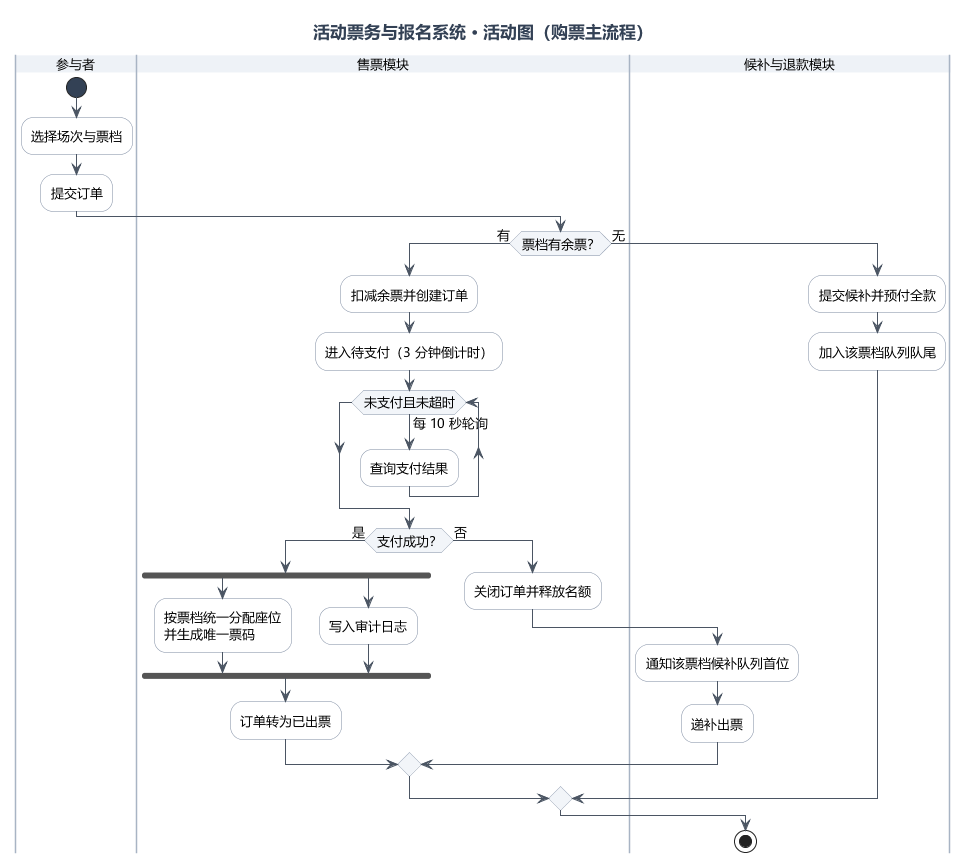
This is lab2/交付物/UML/UML活动图.png from haoyi-yizhan/RUANGONG_lab1, a PlantUML export, as it was before one commit. Its diagram source:
```plantuml
@startuml

skinparam backgroundColor #FFFFFF
skinparam defaultFontName "Microsoft YaHei"
skinparam defaultFontSize 13
skinparam shadowing false
skinparam ArrowColor #4B5563
skinparam BorderColor #7C8AA0
skinparam TitleFontSize 17
skinparam TitleFontColor #334155
skinparam NoteBackgroundColor #FBF9F1
skinparam NoteBorderColor #D8D2BE
skinparam NoteFontSize 11
skinparam activityBackgroundColor #FFFFFF
skinparam activityBorderColor #7C8AA0
skinparam activityDiamondBackgroundColor #F2F5F9
skinparam activityDiamondBorderColor #7C8AA0
skinparam swimlaneBorderColor #A8B4C4
skinparam swimlaneTitleBackgroundColor #EEF2F7
skinparam activityStartColor #334155
skinparam activityEndColor #334155
skinparam nodesep 30
skinparam ranksep 40

title 活动票务与报名系统 · 活动图（购票主流程）

|参与者|
start
:选择场次与票档;
:提交订单;

|售票模块|
if (票档有余票？) then (有)
  :扣减余票并创建订单;
  :进入待支付（3 分钟倒计时）;
  while (未支付且未超时) is (每 10 秒轮询)
    :查询支付结果;
  endwhile
  if (支付成功？) then (是)
    fork
      :按票档统一分配座位
      并生成唯一票码;
    fork again
      :写入审计日志;
    end fork
    :订单转为已出票;
  else (否)
    :关闭订单并释放名额;
    |候补与退款模块|
    :通知该票档候补队列首位;
    :递补出票;
  endif
else (无)
  |候补与退款模块|
  :提交候补并预付全款;
  :加入该票档队列队尾;
endif

stop

@enduml
```
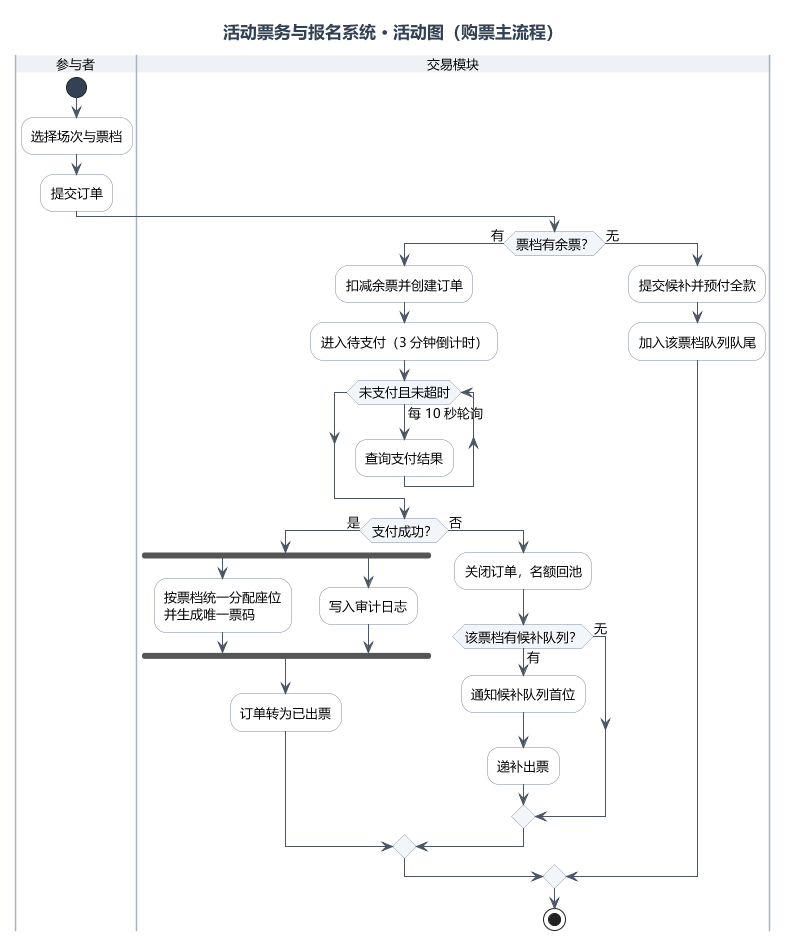
Above is the later version.

Commit message:
活动图修正：超时关闭名额先回池，候补队列非空才递补（原为无条件递补）；泳道收敛为参与者/交易模块；第2/3章与报告同步

Change to the diagram source:
```diff
@@ -29,7 +29,7 @@
 :选择场次与票档;
 :提交订单;
 
-|售票模块|
+|交易模块|
 if (票档有余票？) then (有)
   :扣减余票并创建订单;
   :进入待支付（3 分钟倒计时）;
@@ -45,13 +45,14 @@
     end fork
     :订单转为已出票;
   else (否)
-    :关闭订单并释放名额;
-    |候补与退款模块|
-    :通知该票档候补队列首位;
-    :递补出票;
+    :关闭订单，名额回池;
+    if (该票档有候补队列？) then (有)
+      :通知候补队列首位;
+      :递补出票;
+    else (无)
+    endif
   endif
 else (无)
-  |候补与退款模块|
   :提交候补并预付全款;
   :加入该票档队列队尾;
 endif
```
